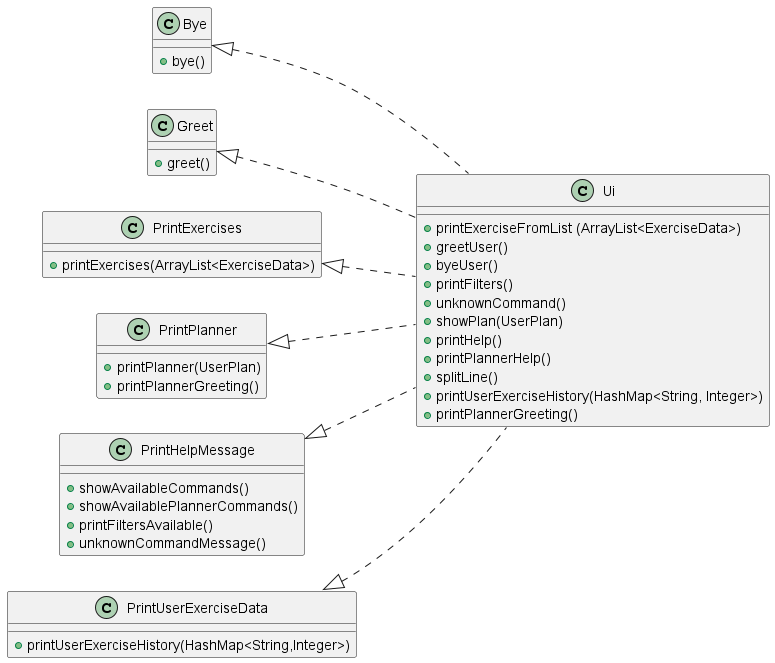
This is docs/UML/Images/Ui.png from nus-cs2113-AY2223S2/tp, a PlantUML export, as it was before one commit. Source of this version:
```plantuml
@startuml

Class Bye {
+ bye()
}

Class Greet {
+ greet()
}

Class PrintExercises {
+ printExercises(ArrayList<ExerciseData>)
}

Class PrintPlanner {
+ printPlanner(UserPlan)
+ printPlannerGreeting()
}

Class PrintHelpMessage {
+ showAvailableCommands()
+ showAvailablePlannerCommands()
+ printFiltersAvailable()
+ unknownCommandMessage()
}

Class PrintUserExerciseData {
+ printUserExerciseHistory(HashMap<String,Integer>)
}

Class Ui {
+ printExerciseFromList (ArrayList<ExerciseData>)
+ greetUser()
+ byeUser()
+ printFilters()
+ unknownCommand()
+ showPlan(UserPlan)
+ printHelp()
+ printPlannerHelp()
+ splitLine()
+ printUserExerciseHistory(HashMap<String, Integer>)
+ printPlannerGreeting()
}

left to right direction
Bye <|.. Ui
Greet <|.. Ui
PrintExercises <|.. Ui
PrintPlanner <|.. Ui
PrintHelpMessage <|.. Ui
PrintUserExerciseData <|.. Ui

@enduml
```
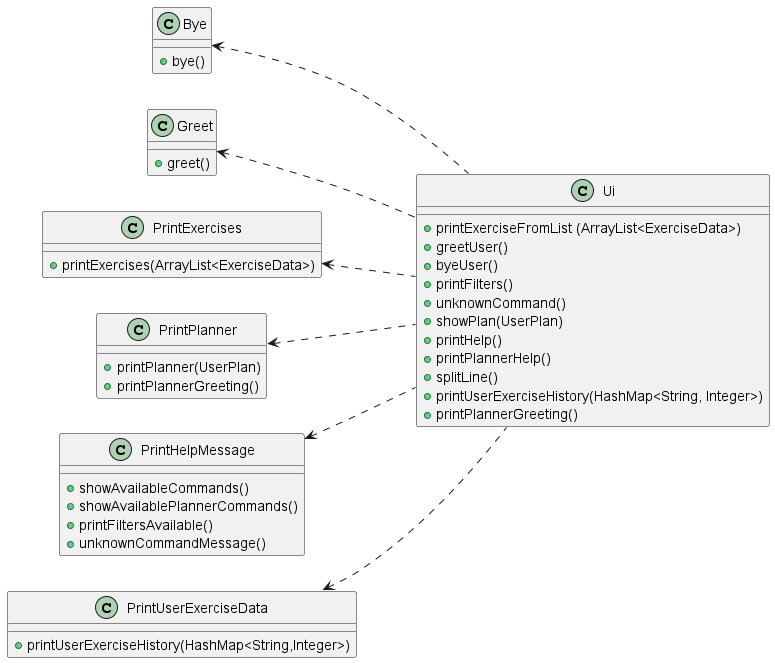
The same diagram one commit later.

Commit message:
updated Ui diagram to be correct

Change to the diagram source:
```diff
@@ -43,11 +43,11 @@
 }
 
 left to right direction
-Bye <|.. Ui
-Greet <|.. Ui
-PrintExercises <|.. Ui
-PrintPlanner <|.. Ui
-PrintHelpMessage <|.. Ui
-PrintUserExerciseData <|.. Ui
+Bye <.. Ui
+Greet <.. Ui
+PrintExercises <.. Ui
+PrintPlanner <.. Ui
+PrintHelpMessage <.. Ui
+PrintUserExerciseData <.. Ui
 
 @enduml
```
